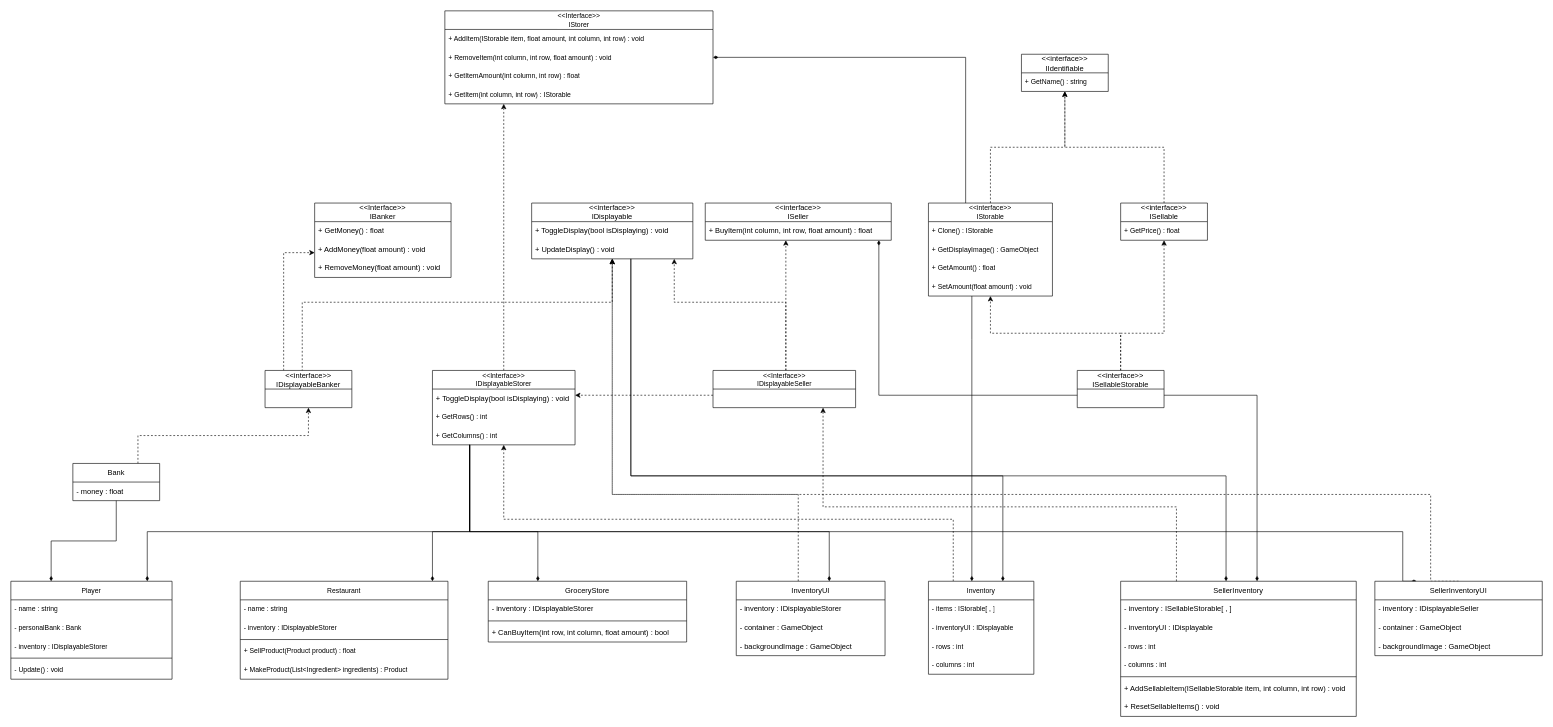
Above: Documents/Week 1 (5.9.25 - 5.16.25)/drawio/Design5.drawio in jdw678/TheRestaurant (draw.io), before the change. Source tidied: cells renumbered, new cells numbered last; positions are measured from the earlier drawing's top-left corner, leaving out a move shared by most shapes. Both pictures are drawn from the tidied source at 62%, with x=0, y=0 at pixel (11, 11).
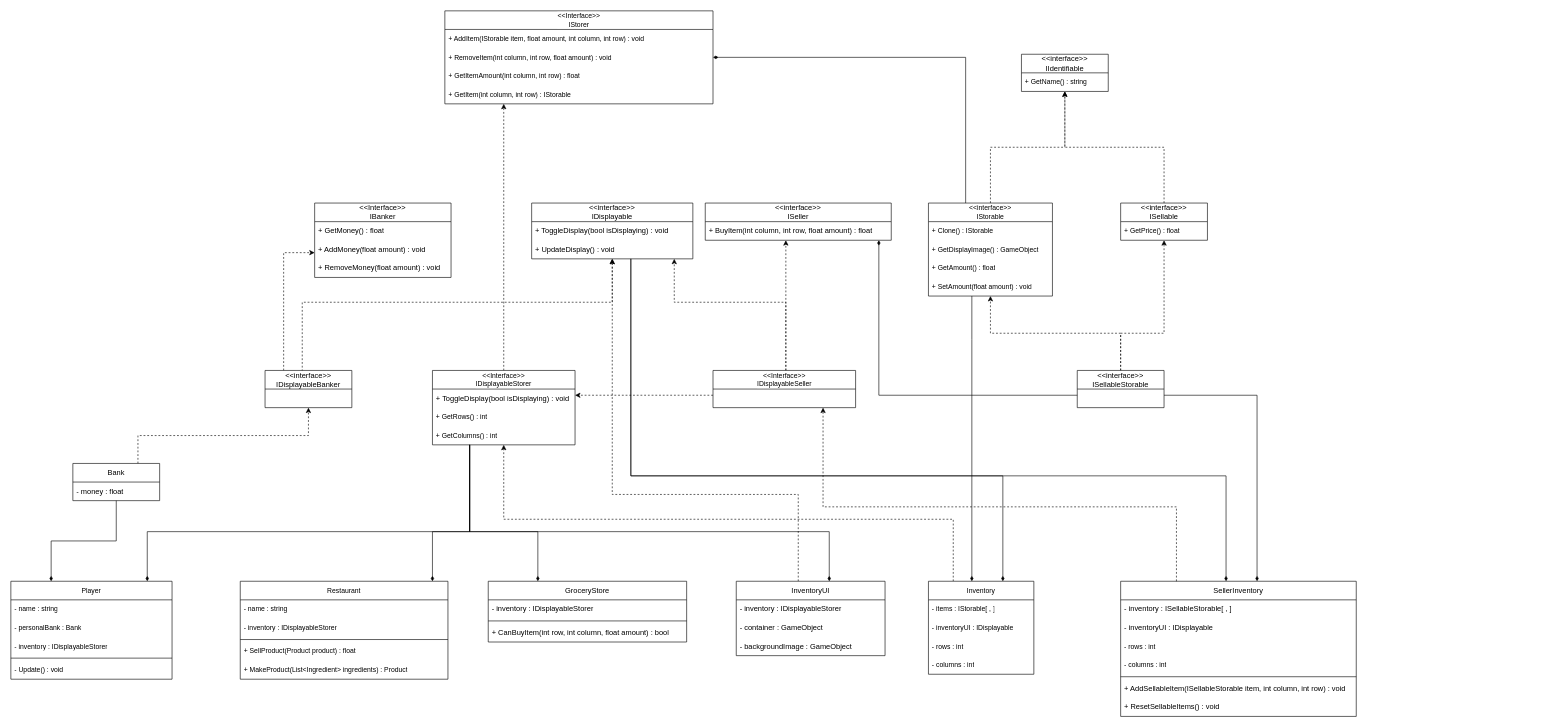
The same diagram, later.

Unchanged cells that the change refers to:
```xml
<mxCell id="23" value="&amp;lt;&amp;lt;interface&amp;gt;&amp;gt;&lt;div&gt;IDisplayable&lt;/div&gt;" style="swimlane;fontStyle=0;horizontal=1;startSize=30;whiteSpace=wrap;html=1;" parent="1" vertex="1">
  <mxGeometry x="840" y="310" width="260" height="90" as="geometry" />
</mxCell>
<mxCell id="27" value="&lt;div&gt;&amp;lt;&amp;lt;Interface&amp;gt;&amp;gt;&lt;/div&gt;IDisplayableStorer" style="swimlane;fontStyle=0;horizontal=1;startSize=30;whiteSpace=wrap;html=1;fontFamily=Helvetica;fontSize=11;fontColor=default;labelBackgroundColor=default;" parent="1" vertex="1">
  <mxGeometry x="680" y="580" width="230" height="120" as="geometry" />
</mxCell>
```

Change to the diagram source:
```diff
@@
-    <mxCell id="83" style="edgeStyle=orthogonalEdgeStyle;rounded=0;jettySize=auto;html=1;exitX=0.25;exitY=0;exitDx=0;exitDy=0;endArrow=none;startFill=1;startArrow=diamondThin;" parent="1" edge="1" source="85" target="27">
-      <mxGeometry relative="1" as="geometry">
-        <Array as="points">
-          <mxPoint x="2245" y="840" />
-          <mxPoint x="740" y="840" />
-        </Array>
-      </mxGeometry>
-    </mxCell>
-    <mxCell id="84" style="edgeStyle=orthogonalEdgeStyle;rounded=0;jettySize=auto;html=1;exitX=0.5;exitY=0;exitDx=0;exitDy=0;dashed=1;" parent="1" edge="1" source="85" target="23">
-      <mxGeometry relative="1" as="geometry">
-        <Array as="points">
-          <mxPoint x="2290" y="780" />
-          <mxPoint x="970" y="780" />
-        </Array>
-      </mxGeometry>
-    </mxCell>
-    <mxCell id="85" value="SellerInventoryUI" style="swimlane;fontStyle=0;horizontal=1;startSize=30;whiteSpace=wrap;html=1;" parent="1" vertex="1">
-      <mxGeometry x="2200" y="920" width="270" height="120" as="geometry" />
-    </mxCell>
-    <mxCell id="86" value="- inventory : IDisplayableSeller" style="text;strokeColor=none;fillColor=none;align=left;verticalAlign=middle;spacingLeft=4;spacingRight=4;overflow=hidden;whiteSpace=wrap;html=1;" parent="85" vertex="1">
-      <mxGeometry y="30" width="270" height="30" as="geometry" />
-    </mxCell>
-    <mxCell id="87" value="- container : GameObject" style="text;strokeColor=none;fillColor=none;align=left;verticalAlign=middle;spacingLeft=4;spacingRight=4;overflow=hidden;whiteSpace=wrap;html=1;" parent="85" vertex="1">
-      <mxGeometry y="60" width="270" height="30" as="geometry" />
-    </mxCell>
-    <mxCell id="88" value="- backgroundImage : GameObject" style="text;strokeColor=none;fillColor=none;align=left;verticalAlign=middle;spacingLeft=4;spacingRight=4;overflow=hidden;whiteSpace=wrap;html=1;" parent="85" vertex="1">
-      <mxGeometry y="90" width="270" height="30" as="geometry" />
-    </mxCell>
```
